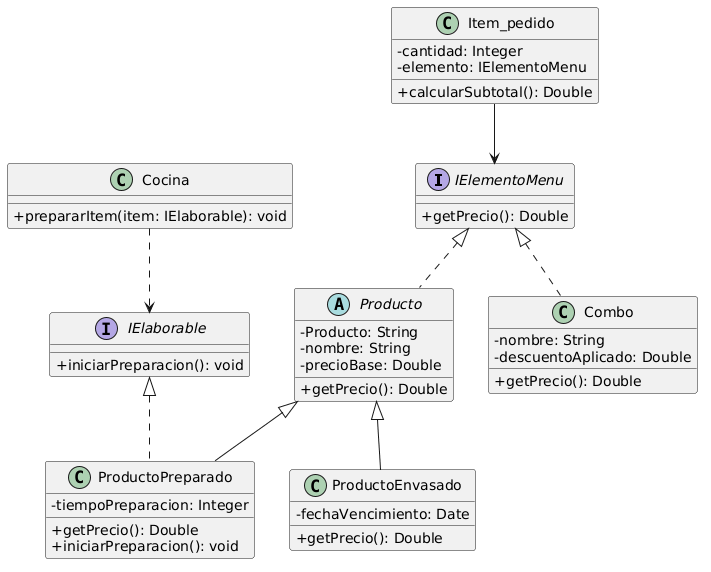
This is diagramas/01-diagrama-clases/01-solid-03-lsp.png from eloeyhe/SistemaPedidos, a PlantUML export, as it was before one commit.
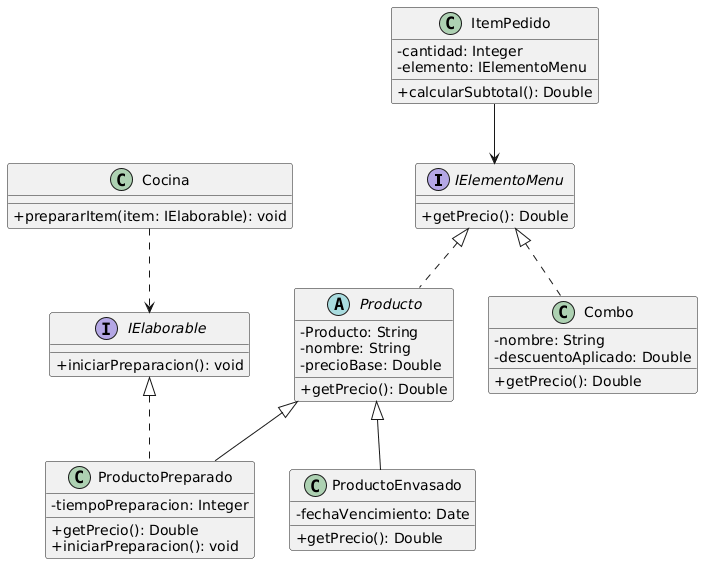
Later version of the same file.

Diff of the diagram source:
```diff
@@ -33,7 +33,7 @@
     + getPrecio(): Double
 }
 
-class Item_pedido {
+class ItemPedido {
     - cantidad: Integer
     - elemento: IElementoMenu
     + calcularSubtotal(): Double
@@ -43,6 +43,6 @@
     + prepararItem(item: IElaborable): void
 }
 
-Item_pedido --> IElementoMenu
+ItemPedido --> IElementoMenu
 Cocina ..> IElaborable
 @enduml
```
